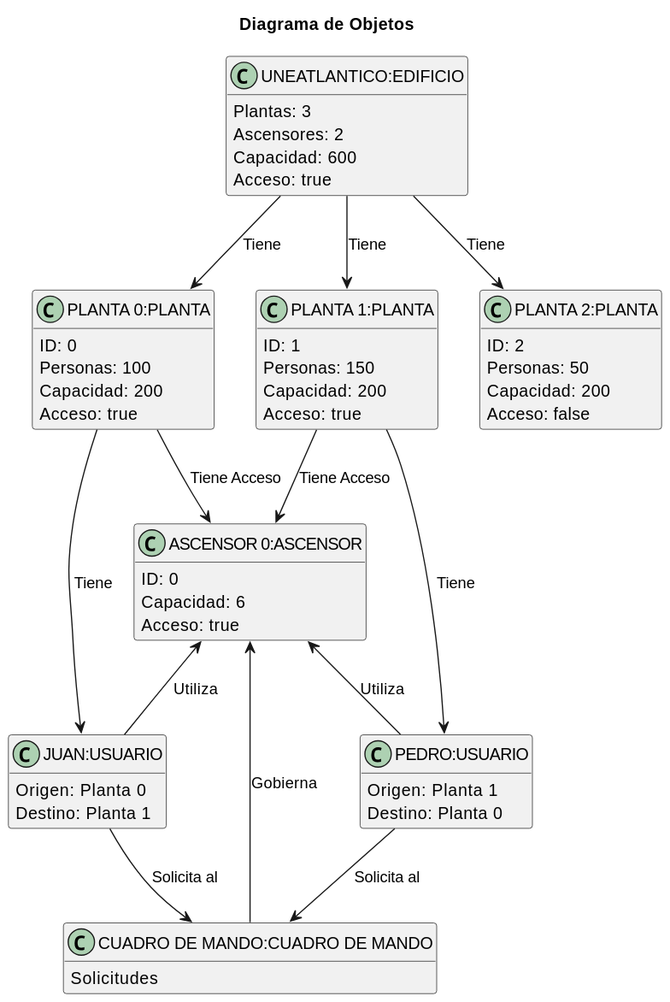
Above: docs/Modelo_de_Dominio/Diagramas_de_Objetos/Diagrama_de_Objetos.svg in mmasias/23-24-IdSw2-SDD (PlantUML), before the change.
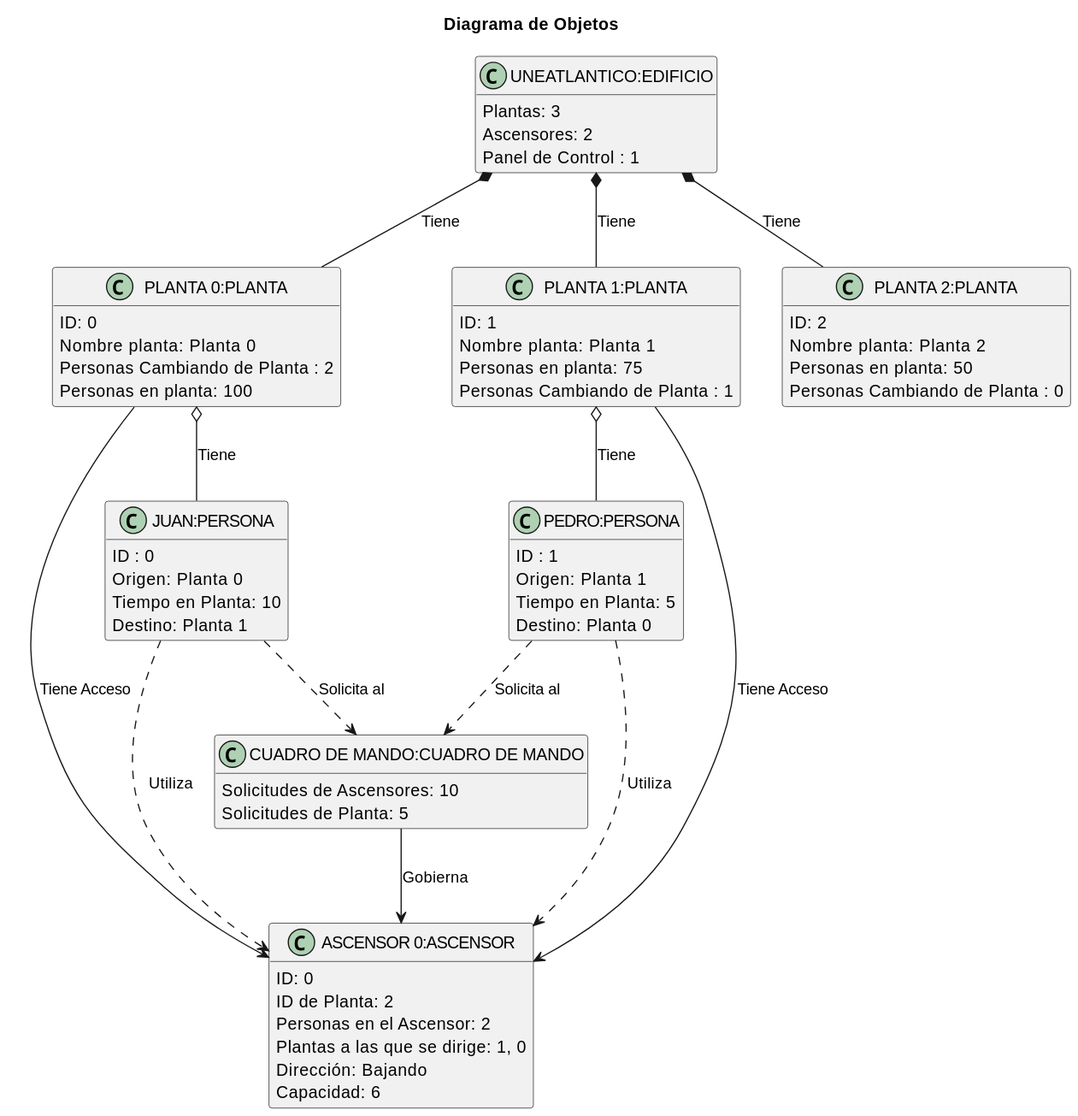
After the commit.

Commit message:
Diagrama de objetos

Change to the diagram source:
```diff
@@ -1,5 +1,4 @@
-@startuml Diagrama_de_Objetos
-
+@startuml
 title Diagrama de Objetos
 
 skinparam {
@@ -11,76 +10,81 @@
 class "ASCENSOR 0:ASCENSOR"
 {
     ID: 0
+    ID de Planta: 2
+    Personas en el Ascensor: 2
+    Plantas a las que se dirige: 1, 0
+    Dirección: Bajando
     Capacidad: 6
-    Acceso: true
 }
 
-class "JUAN:USUARIO"
+class "JUAN:PERSONA"
 {
+    ID : 0
     Origen: Planta 0
+    Tiempo en Planta: 10
     Destino: Planta 1
 }
 
-class "PEDRO:USUARIO"
+class "PEDRO:PERSONA"
 {
+    ID : 1
     Origen: Planta 1
+    Tiempo en Planta: 5
     Destino: Planta 0
 }
 
 class "CUADRO DE MANDO:CUADRO DE MANDO"
 {
-    Solicitudes
+    Solicitudes de Ascensores: 10
+    Solicitudes de Planta: 5
 }
 
 class "PLANTA 0:PLANTA"
 {
     ID: 0
-    Personas: 100
-    Capacidad: 200
-    Acceso: true
+    Nombre planta: Planta 0
+    Personas Cambiando de Planta : 2
+    Personas en planta: 100
 }
 
 class "PLANTA 1:PLANTA"
 {
     ID: 1
-    Personas: 150
-    Capacidad: 200
-    Acceso: true
+    Nombre planta: Planta 1
+    Personas en planta: 75
+    Personas Cambiando de Planta : 1
 }
 
 class "PLANTA 2:PLANTA"
 {
     ID: 2
-    Personas: 50
-    Capacidad: 200
-    Acceso: false
+    Nombre planta: Planta 2
+    Personas en planta: 50
+    Personas Cambiando de Planta : 0
 }
 
 class "UNEATLANTICO:EDIFICIO"
 {
     Plantas: 3
     Ascensores: 2
-    Capacidad: 600
-    Acceso: true
+    Panel de Control : 1
 }
 
-"UNEATLANTICO:EDIFICIO" --> "PLANTA 0:PLANTA" : Tiene
-"UNEATLANTICO:EDIFICIO" --> "PLANTA 1:PLANTA" : Tiene
-"UNEATLANTICO:EDIFICIO" --> "PLANTA 2:PLANTA" : Tiene
+"UNEATLANTICO:EDIFICIO" *-- "PLANTA 0:PLANTA" : Tiene
+"UNEATLANTICO:EDIFICIO" *-- "PLANTA 1:PLANTA" : Tiene
+"UNEATLANTICO:EDIFICIO" *-- "PLANTA 2:PLANTA" : Tiene
 
-"PLANTA 0:PLANTA" --> "JUAN:USUARIO" : Tiene
-"PLANTA 1:PLANTA" --> "PEDRO:USUARIO" : Tiene
+"PLANTA 0:PLANTA" o-- "JUAN:PERSONA" : Tiene
+"PLANTA 1:PLANTA" o-- "PEDRO:PERSONA" : Tiene
 
 "PLANTA 0:PLANTA" --> "ASCENSOR 0:ASCENSOR" : Tiene Acceso
 "PLANTA 1:PLANTA" --> "ASCENSOR 0:ASCENSOR" : Tiene Acceso
 
-"JUAN:USUARIO" -up-> "ASCENSOR 0:ASCENSOR" : Utiliza
-"PEDRO:USUARIO" -up-> "ASCENSOR 0:ASCENSOR" : Utiliza
+"JUAN:PERSONA" ..> "ASCENSOR 0:ASCENSOR" : Utiliza
+"PEDRO:PERSONA" ..> "ASCENSOR 0:ASCENSOR" : Utiliza
 
-"JUAN:USUARIO" --> "CUADRO DE MANDO:CUADRO DE MANDO" : Solicita al
-"PEDRO:USUARIO" --> "CUADRO DE MANDO:CUADRO DE MANDO" : Solicita al
+"JUAN:PERSONA" ..> "CUADRO DE MANDO:CUADRO DE MANDO" : Solicita al
+"PEDRO:PERSONA" ..> "CUADRO DE MANDO:CUADRO DE MANDO" : Solicita al
 
 "CUADRO DE MANDO:CUADRO DE MANDO" --> "ASCENSOR 0:ASCENSOR" : Gobierna
-
-
 @enduml
```
